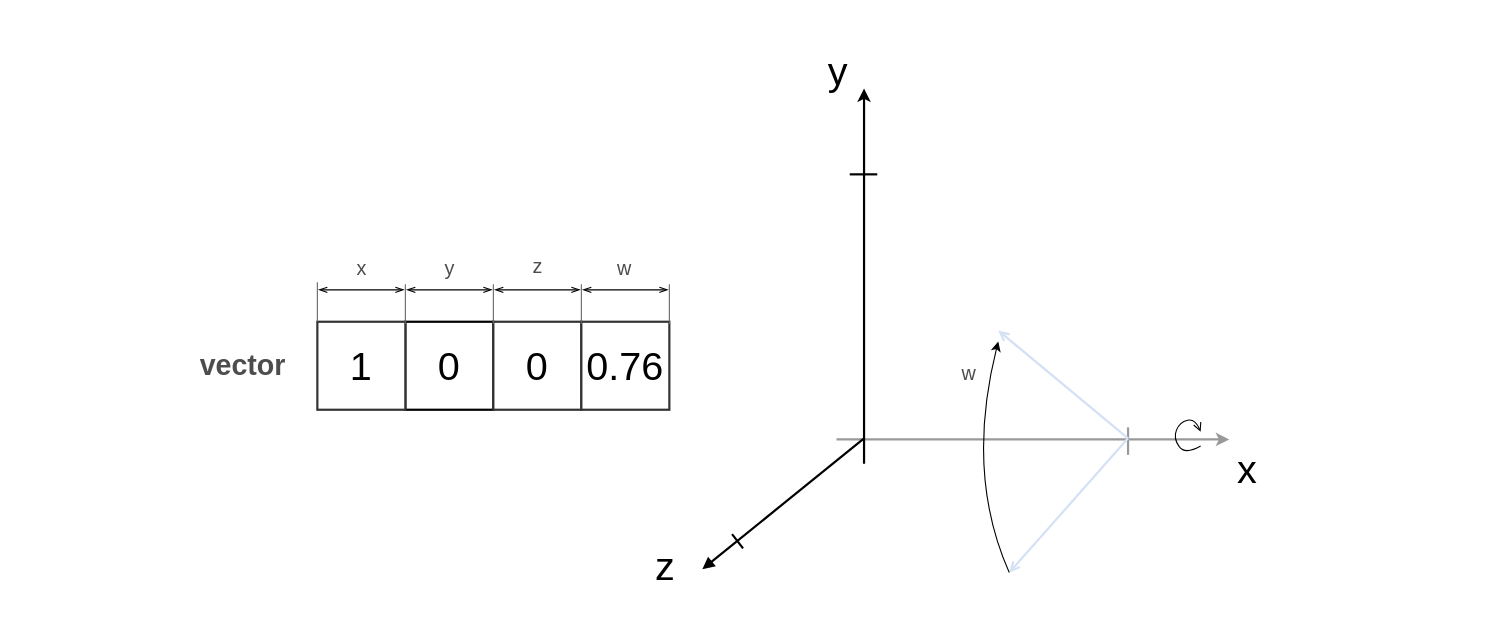
Wandalen/wMathModels keeps this draw.io diagram as page "3dAxisAndAngle" (15 of 17) of doc/img/MathModels.drawio. Above is the earlier version. Source tidied: cells renumbered, new cells numbered last; positions are measured from the earlier drawing's top-left corner, leaving out a move shared by most shapes. Both pictures are drawn from the tidied source at 110%, with x=0, y=0 at pixel (19, 19).
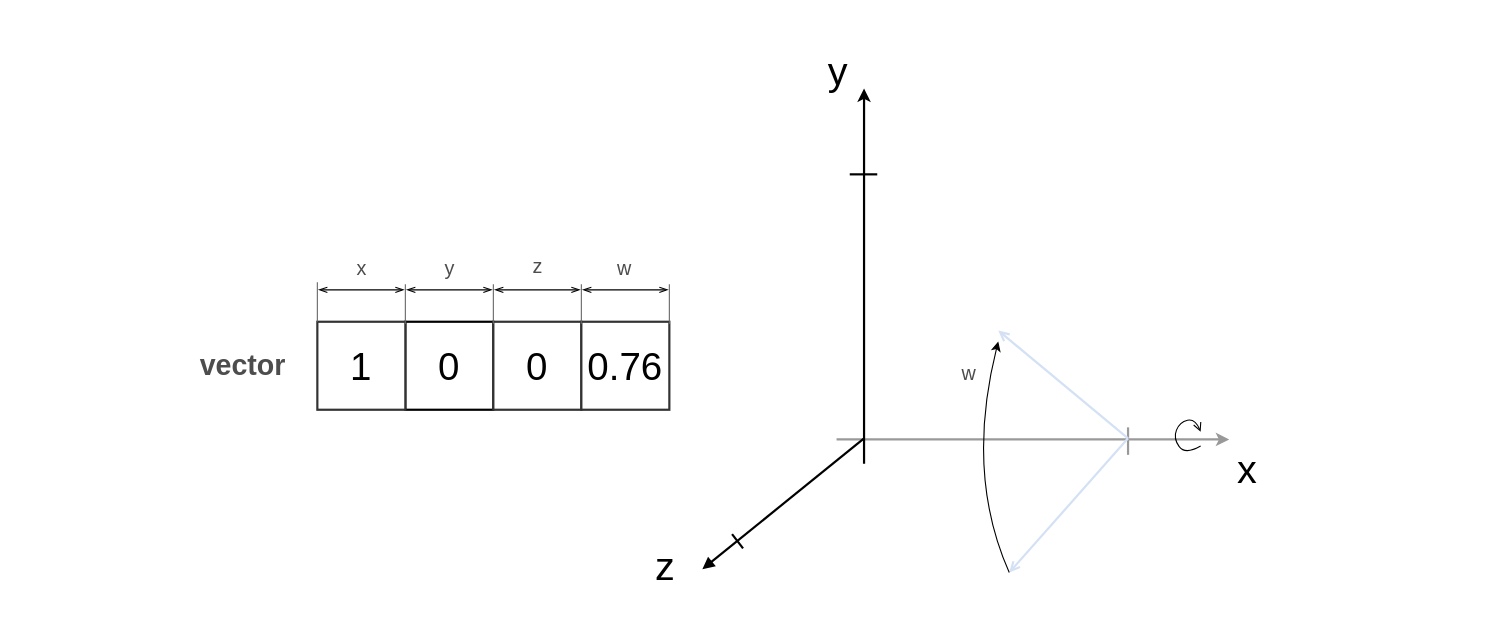
After the change.

The edit, as a diff of the source:
```diff
@@
+    <mxCell id="34" style="rounded=0;whiteSpace=wrap;html=1;strokeWidth=10;fillColor=none;strokeColor=none;" parent="1" vertex="1">
+      <mxGeometry width="1337" height="529" as="geometry" />
+    </mxCell>
@@
-    <mxCell id="3" value="0" style="whiteSpace=wrap;html=1;strokeWidth=2;fontSize=36;strokeColor=#000000;fillColor=#FFFFFF;" parent="1" vertex="1">
+    <mxCell id="3" value="0" style="whiteSpace=wrap;html=1;strokeWidth=2;fontSize=35;strokeColor=#000000;fillColor=#FFFFFF;" parent="1" vertex="1">
       <mxGeometry x="351" y="275" width="80" height="80" as="geometry" />
     </mxCell>
-    <mxCell id="4" value="0" style="whiteSpace=wrap;html=1;strokeWidth=2;fontSize=36;fillColor=#FFFFFF;strokeColor=#333333;" parent="1" vertex="1">
+    <mxCell id="4" value="0" style="whiteSpace=wrap;html=1;strokeWidth=2;fontSize=35;fillColor=#FFFFFF;strokeColor=#333333;" parent="1" vertex="1">
       <mxGeometry x="431" y="275" width="80" height="80" as="geometry" />
     </mxCell>
-    <mxCell id="5" value="0.76" style="whiteSpace=wrap;html=1;strokeWidth=2;fontSize=36;strokeColor=#333333;fillColor=#FFFFFF;" parent="1" vertex="1">
+    <mxCell id="5" value="0.76" style="whiteSpace=wrap;html=1;strokeWidth=2;fontSize=35;strokeColor=#333333;fillColor=#FFFFFF;" parent="1" vertex="1">
       <mxGeometry x="511" y="275" width="80" height="80" as="geometry" />
     </mxCell>
@@
-    <mxCell id="7" value="1" style="whiteSpace=wrap;html=1;strokeWidth=2;fontSize=36;fillColor=#FFFFFF;strokeColor=#333333;" parent="1" vertex="1">
+    <mxCell id="7" value="1" style="whiteSpace=wrap;html=1;strokeWidth=2;fontSize=35;fillColor=#FFFFFF;strokeColor=#333333;" parent="1" vertex="1">
       <mxGeometry x="271" y="275" width="80" height="80" as="geometry" />
     </mxCell>
@@
-    <mxCell id="34" style="rounded=0;whiteSpace=wrap;html=1;strokeWidth=10;fillColor=none;strokeColor=none;" parent="1" vertex="1">
-      <mxGeometry width="1337" height="529" as="geometry" />
-    </mxCell>
```
